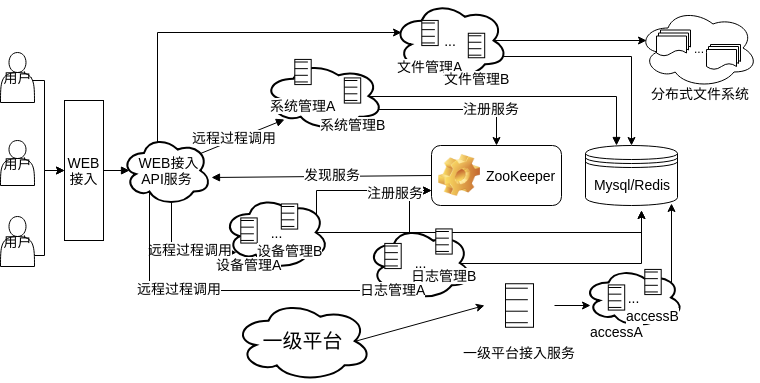
The draw.io diagram framework.png in waterwatermelon/graph, before a commit. Source tidied: cells renumbered, new cells last; positions are measured from the earlier drawing's top-left corner, leaving out a move shared by most shapes.
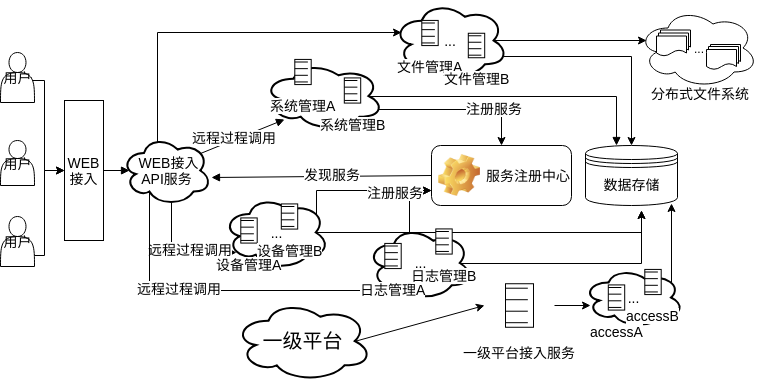
After the commit.

What changed in the source:
```diff
@@ -131,7 +131,7 @@
     <mxCell id="31" value="..." style="ellipse;shape=cloud;strokeWidth=2;fontSize=14;whiteSpace=wrap;html=1;align=center;" parent="1" vertex="1">
       <mxGeometry x="392.5" y="0.5" width="115" height="79" as="geometry" />
     </mxCell>
-    <mxCell id="32" value="&lt;font style=&quot;font-size: 14px&quot;&gt;Mysql/Redis&lt;/font&gt;" style="shape=datastore;whiteSpace=wrap;html=1;fontSize=14;" parent="1" vertex="1">
+    <mxCell id="32" value="&lt;font style=&quot;font-size: 14px&quot;&gt;数据存储&lt;/font&gt;" style="shape=datastore;whiteSpace=wrap;html=1;fontSize=14;" parent="1" vertex="1">
       <mxGeometry x="585" y="145" width="92" height="60" as="geometry" />
     </mxCell>
     <mxCell id="33" style="edgeStyle=none;rounded=0;comic=0;jettySize=auto;html=1;exitX=0;exitY=0.5;exitDx=0;exitDy=0;entryX=1;entryY=0.6;entryDx=0;entryDy=0;entryPerimeter=0;shadow=0;startArrow=none;startFill=0;endArrow=block;endFill=1;strokeColor=#000000;strokeWidth=1;fontSize=14;" parent="1" edge="1" source="35" target="13">
@@ -140,8 +140,8 @@
     <mxCell id="34" value="&lt;font style=&quot;font-size: 14px&quot;&gt;发现服务&lt;/font&gt;" style="text;html=1;align=center;verticalAlign=middle;labelBackgroundColor=#ffffff;fontSize=14;" parent="33" vertex="1">
       <mxGeometry x="-0.1" y="-2" relative="1" as="geometry" />
     </mxCell>
-    <mxCell id="35" value="&lt;span style=&quot;font-weight: normal ; font-size: 14px&quot;&gt;&lt;font style=&quot;font-size: 14px&quot;&gt;ZooKeeper&lt;/font&gt;&lt;/span&gt;" style="label;whiteSpace=wrap;html=1;image=img/clipart/Gear_128x128.png;strokeColor=#000000;strokeWidth=1;fillColor=#FFFFFF;fontSize=14;" parent="1" vertex="1">
-      <mxGeometry x="431" y="145" width="130" height="60" as="geometry" />
+    <mxCell id="35" value="&lt;span style=&quot;font-weight: 400&quot;&gt;服务注册中心&lt;/span&gt;" style="label;whiteSpace=wrap;html=1;image=img/clipart/Gear_128x128.png;strokeColor=#000000;strokeWidth=1;fillColor=#FFFFFF;fontSize=14;" parent="1" vertex="1">
+      <mxGeometry x="431" y="145" width="140" height="60" as="geometry" />
     </mxCell>
     <mxCell id="36" value="&lt;font style=&quot;font-size: 14px&quot;&gt;系统管理A&lt;/font&gt;" style="shape=mxgraph.bpmn.shape;html=1;verticalLabelPosition=bottom;labelBackgroundColor=#ffffff;verticalAlign=top;align=center;perimeter=rhombusPerimeter;symbol=conditional;strokeColor=#000000;strokeWidth=1;fillColor=#FFFFFF;fontSize=14;" parent="1" vertex="1">
       <mxGeometry x="282" y="53" width="41" height="37" as="geometry" />
```
